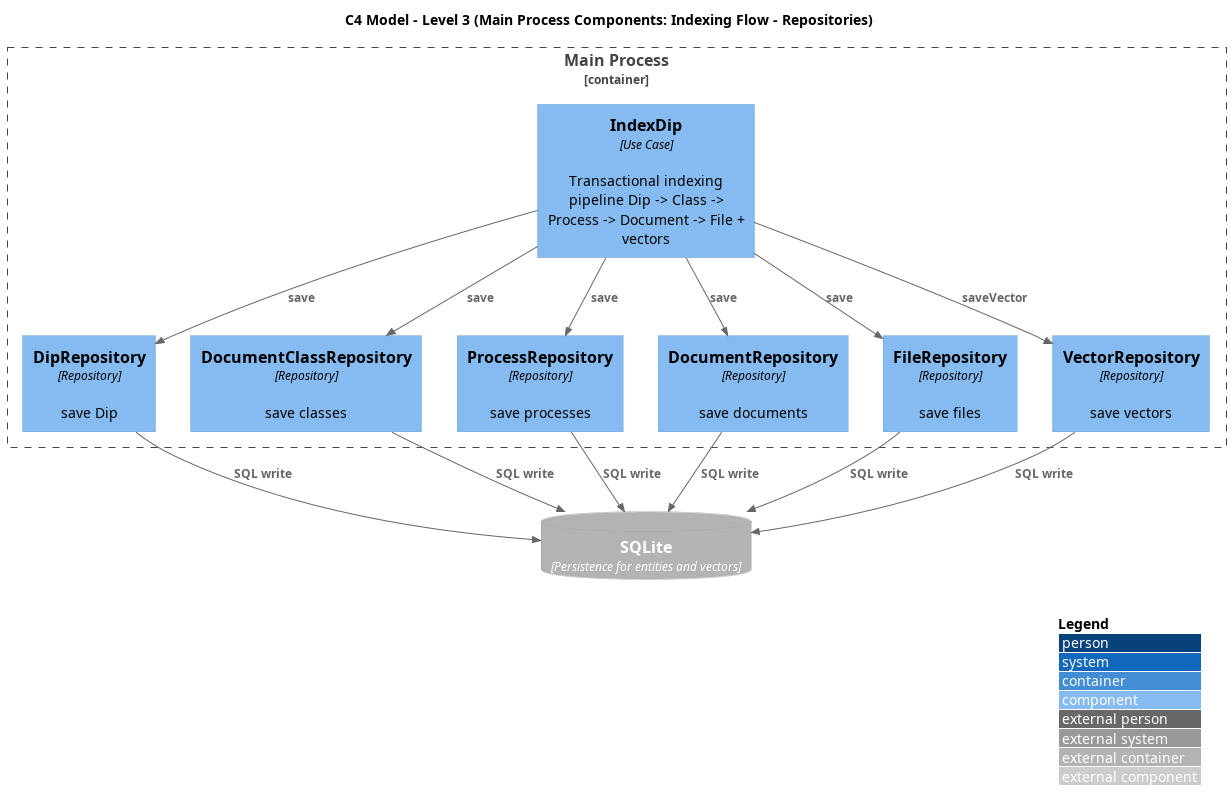
This is out/3_PB/DocumentiEsterni/DiagrammiSpecificaTecnica/generated_/architecture/c1-c3/C3-main-indexing-flow-repos/C3_Main_Indexing_Flow_Repos.png from 7-ZPUs/Docs, a PlantUML export, as it was before one commit.
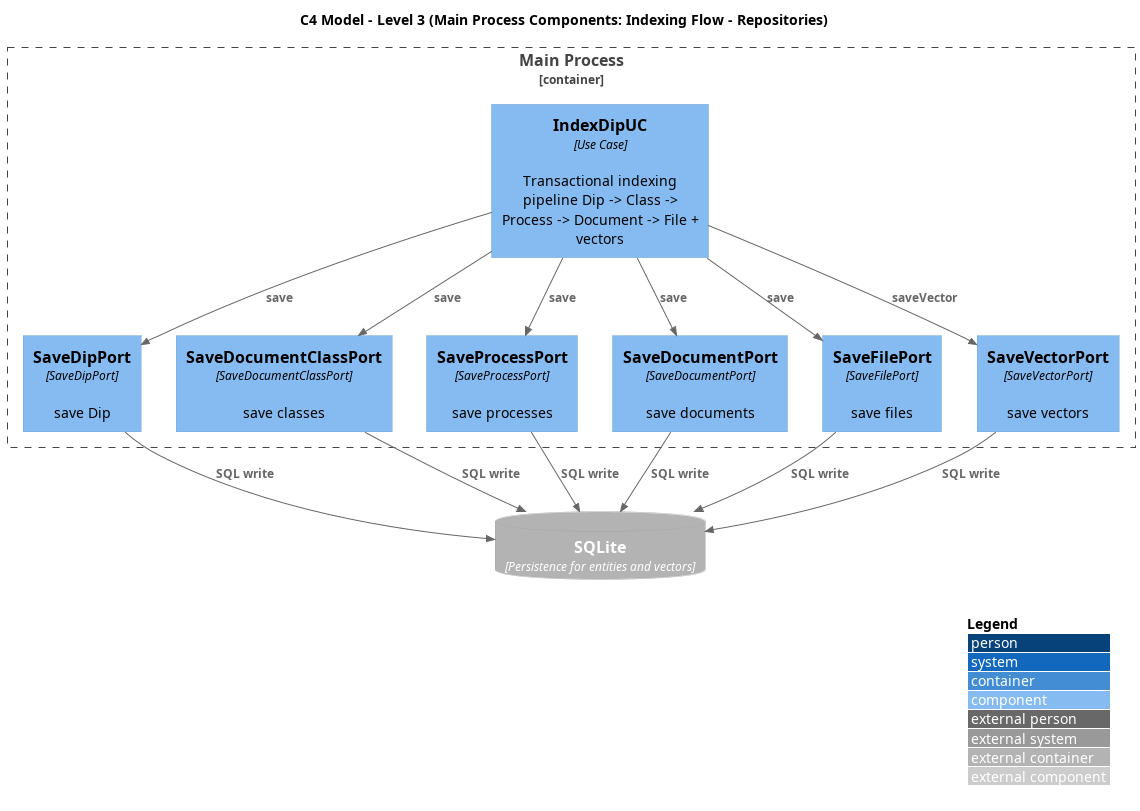
The same diagram one commit later.

Commit message:
fix interfacce indexing.

The edit, as a diff of the source:
```diff
@@ -6,14 +6,14 @@
 LAYOUT_WITH_LEGEND()
 
 Container_Boundary(main_container, "Main Process") {
-  Component(index_dip, "IndexDip", "Use Case", "Transactional indexing pipeline Dip -> Class -> Process -> Document -> File + vectors")
+  Component(index_dip, "IndexDipUC", "Use Case", "Transactional indexing pipeline Dip -> Class -> Process -> Document -> File + vectors")
 
-  Component(dip_repo, "DipRepository", "Repository", "save Dip")
-  Component(class_repo, "DocumentClassRepository", "Repository", "save classes")
-  Component(process_repo, "ProcessRepository", "Repository", "save processes")
-  Component(doc_repo, "DocumentRepository", "Repository", "save documents")
-  Component(file_repo, "FileRepository", "Repository", "save files")
-  Component(vector_repo, "VectorRepository", "Repository", "save vectors")
+  Component(dip_repo, "SaveDipPort", "SaveDipPort", "save Dip")
+  Component(class_repo, "SaveDocumentClassPort", "SaveDocumentClassPort", "save classes")
+  Component(process_repo, "SaveProcessPort", "SaveProcessPort", "save processes")
+  Component(doc_repo, "SaveDocumentPort", "SaveDocumentPort", "save documents")
+  Component(file_repo, "SaveFilePort", "SaveFilePort", "save files")
+  Component(vector_repo, "SaveVectorPort", "SaveVectorPort", "save vectors")
 }
 
 ContainerDb_Ext(sqlite, "SQLite", "Persistence for entities and vectors")
```
